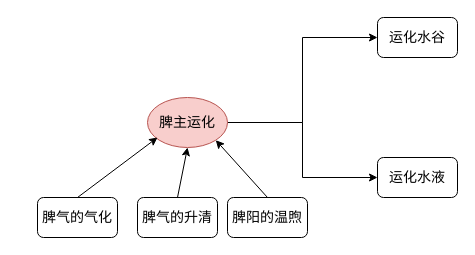
328507133/chart keeps this draw.io diagram as 医门推敲叁/中医藏象学说/藏像学说之脾/脾的主要生理功能/001脾主运化.drawio. Above is the earlier version. Source tidied: cells renumbered, new cells numbered last; positions are measured from the earlier drawing's top-left corner, leaving out a move shared by most shapes. Both pictures are drawn from the tidied source at 100%, with x=0, y=0 at pixel (37, 17).
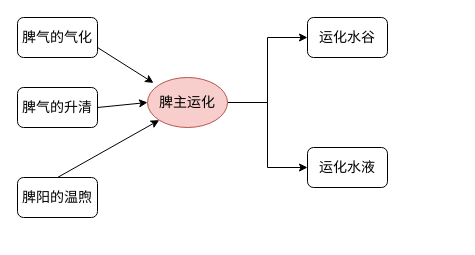
The same page after the edit.

Commit message (it also covers changes not shown here):
更新001脾主运化.drawio

Change to the diagram source:
```diff
@@
 <mxGraphModel>
   <root>
     <mxCell id="0" />
     <mxCell id="1" parent="0" />
     <mxCell id="2" style="edgeStyle=orthogonalEdgeStyle;rounded=0;jettySize=auto;html=1;exitX=1;exitY=0.5;exitDx=0;exitDy=0;entryX=0;entryY=0.5;entryDx=0;entryDy=0;" parent="1" edge="1" source="4" target="11">
       <mxGeometry relative="1" as="geometry" />
     </mxCell>
     <mxCell id="3" style="edgeStyle=orthogonalEdgeStyle;rounded=0;jettySize=auto;html=1;exitX=1;exitY=0.5;exitDx=0;exitDy=0;entryX=0;entryY=0.5;entryDx=0;entryDy=0;" parent="1" edge="1" source="4" target="12">
       <mxGeometry relative="1" as="geometry" />
     </mxCell>
     <mxCell id="4" value="脾主运化" style="ellipse;whiteSpace=wrap;html=1;fontSize=14;fillColor=#f8cecc;strokeColor=#b85450;" parent="1" vertex="1">
-      <mxGeometry x="110" y="80" width="80" height="50" as="geometry" />
+      <mxGeometry x="110" y="60" width="80" height="50" as="geometry" />
     </mxCell>
     <mxCell id="5" value="脾气的气化" style="rounded=1;whiteSpace=wrap;html=1;fontSize=14;" parent="1" vertex="1">
-      <mxGeometry y="180" width="80" height="40" as="geometry" />
+      <mxGeometry x="-20" width="80" height="40" as="geometry" />
     </mxCell>
     <mxCell id="6" value="脾气的升清" style="rounded=1;whiteSpace=wrap;html=1;fontSize=14;" parent="1" vertex="1">
-      <mxGeometry x="100" y="180" width="80" height="40" as="geometry" />
+      <mxGeometry x="-20" y="70" width="80" height="40" as="geometry" />
     </mxCell>
     <mxCell id="7" value="脾阳的温煦" style="rounded=1;whiteSpace=wrap;html=1;fontSize=14;" parent="1" vertex="1">
-      <mxGeometry x="190" y="180" width="80" height="40" as="geometry" />
+      <mxGeometry x="-20" y="160" width="80" height="40" as="geometry" />
     </mxCell>
-    <mxCell id="8" style="endArrow=classic;html=1;rounded=0;entryX=0.125;entryY=0.8;entryDx=0;entryDy=0;entryPerimeter=0;" parent="1" edge="1" target="4">
-      <mxGeometry relative="1" as="geometry">
-        <mxPoint x="40" y="180" as="sourcePoint" />
-      </mxGeometry>
+    <mxCell id="8" style="endArrow=classic;html=1;rounded=0;entryX=0.075;entryY=0.108;entryDx=0;entryDy=0;entryPerimeter=0;exitX=1;exitY=0.75;exitDx=0;exitDy=0;" parent="1" edge="1" source="5" target="4">
+      <mxGeometry relative="1" as="geometry" />
     </mxCell>
-    <mxCell id="9" style="endArrow=classic;html=1;rounded=0;entryX=0.5;entryY=1;entryDx=0;entryDy=0;" parent="1" edge="1" target="4">
+    <mxCell id="9" style="endArrow=classic;html=1;rounded=0;entryX=0;entryY=0.5;entryDx=0;entryDy=0;" parent="1" edge="1" target="4">
       <mxGeometry relative="1" as="geometry">
-        <mxPoint x="140" y="180" as="sourcePoint" />
+        <mxPoint x="60" y="90" as="sourcePoint" />
       </mxGeometry>
     </mxCell>
-    <mxCell id="10" style="endArrow=classic;html=1;rounded=0;entryX=1;entryY=1;entryDx=0;entryDy=0;exitX=0.5;exitY=0;exitDx=0;exitDy=0;" parent="1" edge="1" source="7" target="4">
+    <mxCell id="10" style="endArrow=classic;html=1;rounded=0;entryX=0;entryY=1;entryDx=0;entryDy=0;exitX=0.5;exitY=0;exitDx=0;exitDy=0;" parent="1" edge="1" source="7" target="4">
       <mxGeometry relative="1" as="geometry" />
     </mxCell>
     <mxCell id="11" value="运化水谷" style="rounded=1;whiteSpace=wrap;html=1;fontSize=14;" parent="1" vertex="1">
-      <mxGeometry x="340" width="80" height="40" as="geometry" />
+      <mxGeometry x="270" width="80" height="40" as="geometry" />
     </mxCell>
     <mxCell id="12" value="运化水液" style="rounded=1;whiteSpace=wrap;html=1;fontSize=14;" parent="1" vertex="1">
-      <mxGeometry x="340" y="140" width="80" height="40" as="geometry" />
+      <mxGeometry x="270" y="130" width="80" height="40" as="geometry" />
     </mxCell>
   </root>
 </mxGraphModel>
```
